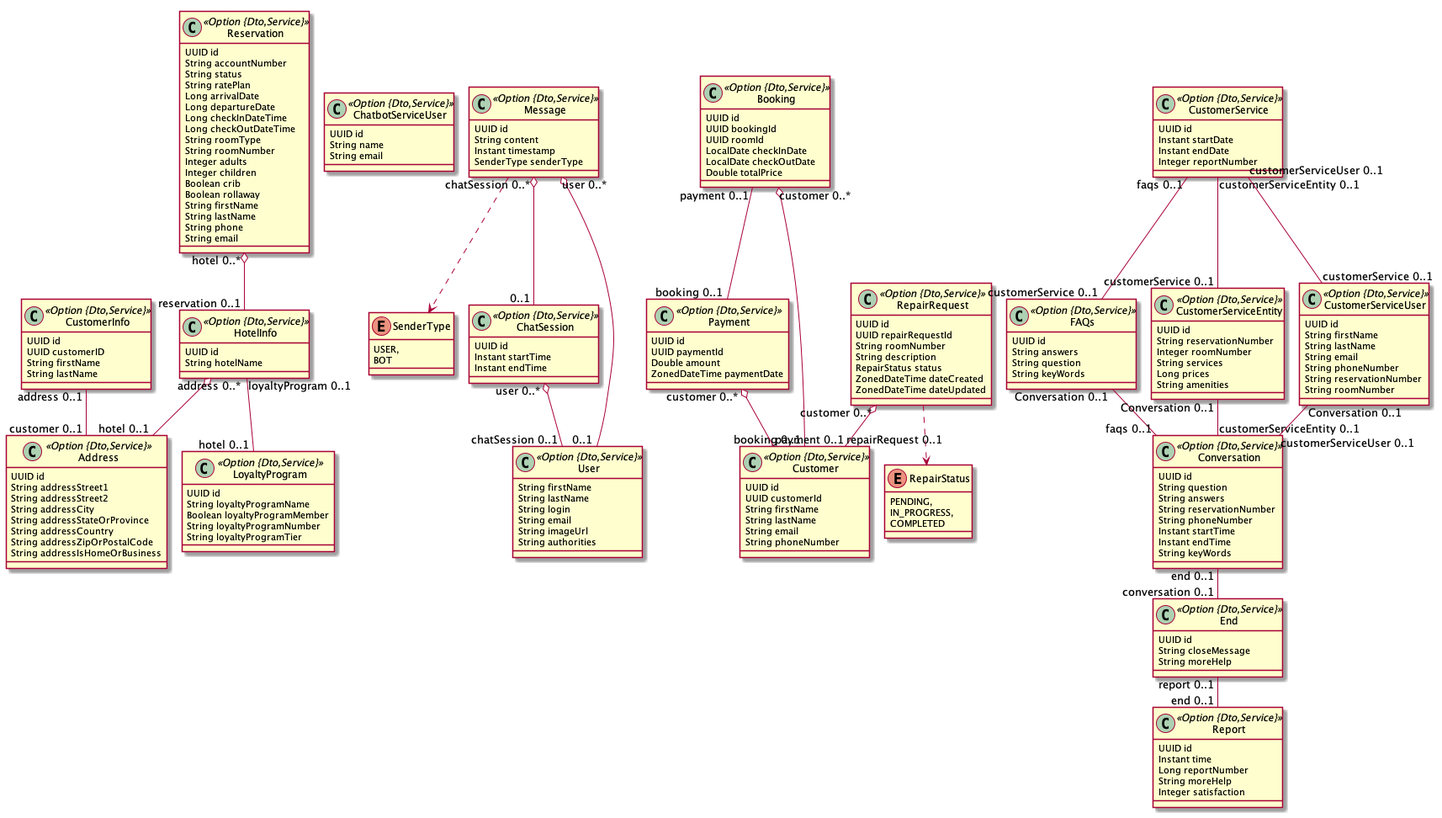
Earlier version of the PlantUML export apps-ms.png (MFRC/chatbot). The source it was exported from:
```plantuml
@startuml
	!pragma layout smetana
	!pragma syntax class
	class HotelInfo <<Option {Dto,Service}>> {
		UUID id
		String hotelName
	}
	class Reservation <<Option {Dto,Service}>> {
		UUID id
		String accountNumber
		String status
		String ratePlan
		Long arrivalDate
		Long departureDate
		Long checkInDateTime
		Long checkOutDateTime
		String roomType
		String roomNumber
		Integer adults
		Integer children
		Boolean crib
		Boolean rollaway
		String firstName
		String lastName
		String phone
		String email
	}
	class LoyaltyProgram <<Option {Dto,Service}>> {
		UUID id
		String loyaltyProgramName
		Boolean loyaltyProgramMember
		String loyaltyProgramNumber
		String loyaltyProgramTier
	}
	class Address <<Option {Dto,Service}>> {
		UUID id
		String addressStreet1
		String addressStreet2
		String addressCity
		String addressStateOrProvince
		String addressCountry
		String addressZipOrPostalCode
		String addressIsHomeOrBusiness
	}
	class CustomerInfo <<Option {Dto,Service}>> {
		UUID id
		UUID customerID
		String firstName
		String lastName
	}
	class ChatbotServiceUser <<Option {Dto,Service}>> {
		UUID id
		String name
		String email
	}
	class Message <<Option {Dto,Service}>> {
		UUID id
		String content
		Instant timestamp
		SenderType senderType
	}
	Message ..> SenderType
	class ChatSession <<Option {Dto,Service}>> {
		UUID id
		Instant startTime
		Instant endTime
	}
	enum SenderType {
		USER,
		BOT
	}
	class Booking <<Option {Dto,Service}>> {
		UUID id
		UUID bookingId
		UUID roomId
		LocalDate checkInDate
		LocalDate checkOutDate
		Double totalPrice
	}
	class Payment <<Option {Dto,Service}>> {
		UUID id
		UUID paymentId
		Double amount
		ZonedDateTime paymentDate
	}
	class Customer <<Option {Dto,Service}>> {
		UUID id
		UUID customerId
		String firstName
		String lastName
		String email
		String phoneNumber
	}
	class RepairRequest <<Option {Dto,Service}>> {
		UUID id
		UUID repairRequestId
		String roomNumber
		String description
		RepairStatus status
		ZonedDateTime dateCreated
		ZonedDateTime dateUpdated
	}
	RepairRequest ..> RepairStatus
	enum RepairStatus {
		PENDING,
		IN_PROGRESS,
		COMPLETED
	}
	class CustomerService <<Option {Dto,Service}>> {
		UUID id
		Instant startDate
		Instant endDate
		Integer reportNumber
	}
	class FAQs <<Option {Dto,Service}>> {
		UUID id
		String answers
		String question
		String keyWords
	}
	class CustomerServiceEntity <<Option {Dto,Service}>> {
		UUID id
		String reservationNumber
		Integer roomNumber
		String services
		Long prices
		String amenities
	}
	class CustomerServiceUser <<Option {Dto,Service}>> {
		UUID id
		String firstName
		String lastName
		String email
		String phoneNumber
		String reservationNumber
		String roomNumber
	}
	class Conversation <<Option {Dto,Service}>> {
		UUID id
		String question
		String answers
		String reservationNumber
		String phoneNumber
		Instant startTime
		Instant endTime
		String keyWords
	}
	class End <<Option {Dto,Service}>> {
		UUID id
		String closeMessage
		String moreHelp
	}
	class Report <<Option {Dto,Service}>> {
		UUID id
		Instant time
		Long reportNumber
		String moreHelp
		Integer satisfaction
	}
	Reservation  "hotel 0..* " o-- "reservation 0..1 "  HotelInfo
	HotelInfo  "address 0..* " o-- "hotel 0..1 "  Address
	Message  "user 0..* " o-- "0..1 "  User
	Message  "chatSession 0..* " o-- "0..1 "  ChatSession
	ChatSession  "user 0..* " o-- "chatSession 0..1 "  User
	Booking  "customer 0..* " o-- "booking 0..1 "  Customer
	Payment  "customer 0..* " o-- "payment 0..1 "  Customer
	RepairRequest  "customer 0..* " o-- "repairRequest 0..1 "  Customer
	HotelInfo  "loyaltyProgram 0..1 " -- "hotel 0..1 "  LoyaltyProgram
	CustomerInfo  "address 0..1 " -- "customer 0..1 "  Address
	Booking  "payment 0..1 " -- "booking 0..1 "  Payment
	CustomerService  "faqs 0..1 " -- "customerService 0..1 "  FAQs
	CustomerService  "customerServiceEntity 0..1 " -- "customerService 0..1 "  CustomerServiceEntity
	CustomerService  "customerServiceUser 0..1 " -- "customerService 0..1 "  CustomerServiceUser
	FAQs  "Conversation 0..1 " -- "faqs 0..1 "  Conversation
	CustomerServiceEntity  "Conversation 0..1 " -- "customerServiceEntity 0..1 "  Conversation
	CustomerServiceUser  "Conversation 0..1 " -- "customerServiceUser 0..1 "  Conversation
	Conversation  "end 0..1 " -- "conversation 0..1 "  End
	End  "report 0..1 " -- "end 0..1 "  Report
	class User <<Option {Dto,Service}>> {
		String firstName
		String lastName
		String login
		String email
		String imageUrl
		String authorities
	}
@enduml
```
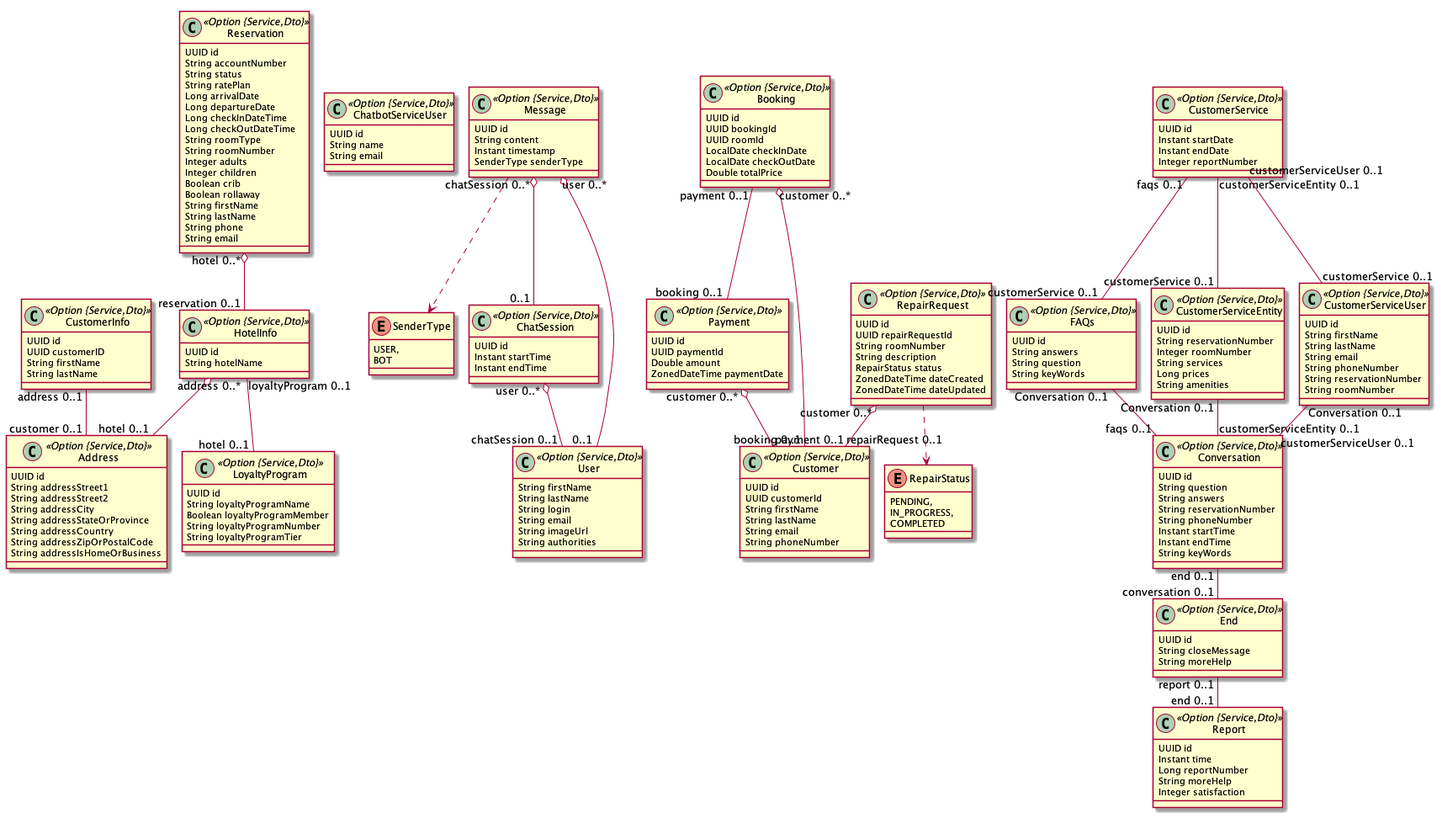
The same diagram one commit later.

Commit message:
Adding support for Windows.

What changed in the source:
```diff
@@ -1,11 +1,11 @@
 @startuml
 	!pragma layout smetana
 	!pragma syntax class
-	class HotelInfo <<Option {Dto,Service}>> {
+	class HotelInfo <<Option {Service,Dto}>> {
 		UUID id
 		String hotelName
 	}
-	class Reservation <<Option {Dto,Service}>> {
+	class Reservation <<Option {Service,Dto}>> {
 		UUID id
 		String accountNumber
 		String status
@@ -25,14 +25,14 @@
 		String phone
 		String email
 	}
-	class LoyaltyProgram <<Option {Dto,Service}>> {
+	class LoyaltyProgram <<Option {Service,Dto}>> {
 		UUID id
 		String loyaltyProgramName
 		Boolean loyaltyProgramMember
 		String loyaltyProgramNumber
 		String loyaltyProgramTier
 	}
-	class Address <<Option {Dto,Service}>> {
+	class Address <<Option {Service,Dto}>> {
 		UUID id
 		String addressStreet1
 		String addressStreet2
@@ -42,25 +42,25 @@
 		String addressZipOrPostalCode
 		String addressIsHomeOrBusiness
 	}
-	class CustomerInfo <<Option {Dto,Service}>> {
+	class CustomerInfo <<Option {Service,Dto}>> {
 		UUID id
 		UUID customerID
 		String firstName
 		String lastName
 	}
-	class ChatbotServiceUser <<Option {Dto,Service}>> {
+	class ChatbotServiceUser <<Option {Service,Dto}>> {
 		UUID id
 		String name
 		String email
 	}
-	class Message <<Option {Dto,Service}>> {
+	class Message <<Option {Service,Dto}>> {
 		UUID id
 		String content
 		Instant timestamp
 		SenderType senderType
 	}
 	Message ..> SenderType
-	class ChatSession <<Option {Dto,Service}>> {
+	class ChatSession <<Option {Service,Dto}>> {
 		UUID id
 		Instant startTime
 		Instant endTime
@@ -69,7 +69,7 @@
 		USER,
 		BOT
 	}
-	class Booking <<Option {Dto,Service}>> {
+	class Booking <<Option {Service,Dto}>> {
 		UUID id
 		UUID bookingId
 		UUID roomId
@@ -77,13 +77,13 @@
 		LocalDate checkOutDate
 		Double totalPrice
 	}
-	class Payment <<Option {Dto,Service}>> {
+	class Payment <<Option {Service,Dto}>> {
 		UUID id
 		UUID paymentId
 		Double amount
 		ZonedDateTime paymentDate
 	}
-	class Customer <<Option {Dto,Service}>> {
+	class Customer <<Option {Service,Dto}>> {
 		UUID id
 		UUID customerId
 		String firstName
@@ -91,7 +91,7 @@
 		String email
 		String phoneNumber
 	}
-	class RepairRequest <<Option {Dto,Service}>> {
+	class RepairRequest <<Option {Service,Dto}>> {
 		UUID id
 		UUID repairRequestId
 		String roomNumber
@@ -106,19 +106,19 @@
 		IN_PROGRESS,
 		COMPLETED
 	}
-	class CustomerService <<Option {Dto,Service}>> {
+	class CustomerService <<Option {Service,Dto}>> {
 		UUID id
 		Instant startDate
 		Instant endDate
 		Integer reportNumber
 	}
-	class FAQs <<Option {Dto,Service}>> {
+	class FAQs <<Option {Service,Dto}>> {
 		UUID id
 		String answers
 		String question
 		String keyWords
 	}
-	class CustomerServiceEntity <<Option {Dto,Service}>> {
+	class CustomerServiceEntity <<Option {Service,Dto}>> {
 		UUID id
 		String reservationNumber
 		Integer roomNumber
@@ -126,7 +126,7 @@
 		Long prices
 		String amenities
 	}
-	class CustomerServiceUser <<Option {Dto,Service}>> {
+	class CustomerServiceUser <<Option {Service,Dto}>> {
 		UUID id
 		String firstName
 		String lastName
@@ -135,7 +135,7 @@
 		String reservationNumber
 		String roomNumber
 	}
-	class Conversation <<Option {Dto,Service}>> {
+	class Conversation <<Option {Service,Dto}>> {
 		UUID id
 		String question
 		String answers
@@ -145,12 +145,12 @@
 		Instant endTime
 		String keyWords
 	}
-	class End <<Option {Dto,Service}>> {
+	class End <<Option {Service,Dto}>> {
 		UUID id
 		String closeMessage
 		String moreHelp
 	}
-	class Report <<Option {Dto,Service}>> {
+	class Report <<Option {Service,Dto}>> {
 		UUID id
 		Instant time
 		Long reportNumber
@@ -176,7 +176,7 @@
 	CustomerServiceUser  "Conversation 0..1 " -- "customerServiceUser 0..1 "  Conversation
 	Conversation  "end 0..1 " -- "conversation 0..1 "  End
 	End  "report 0..1 " -- "end 0..1 "  Report
-	class User <<Option {Dto,Service}>> {
+	class User <<Option {Service,Dto}>> {
 		String firstName
 		String lastName
 		String login
```
